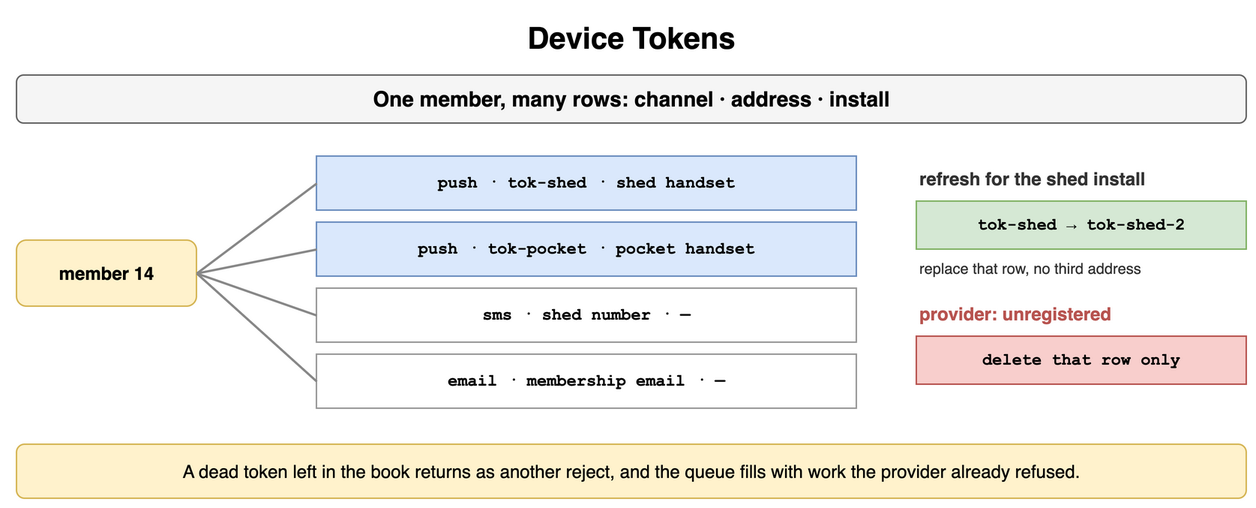
amendez13/swe-study-guide keeps this draw.io diagram as content/09_System_Design_Interview/21_Real_Time_and_Notification_Systems/diagrams/notifications-2-device-tokens.png. Above is the earlier version. Source tidied: cells renumbered, new cells last; positions are measured from the earlier drawing's top-left corner, leaving out a move shared by most shapes.
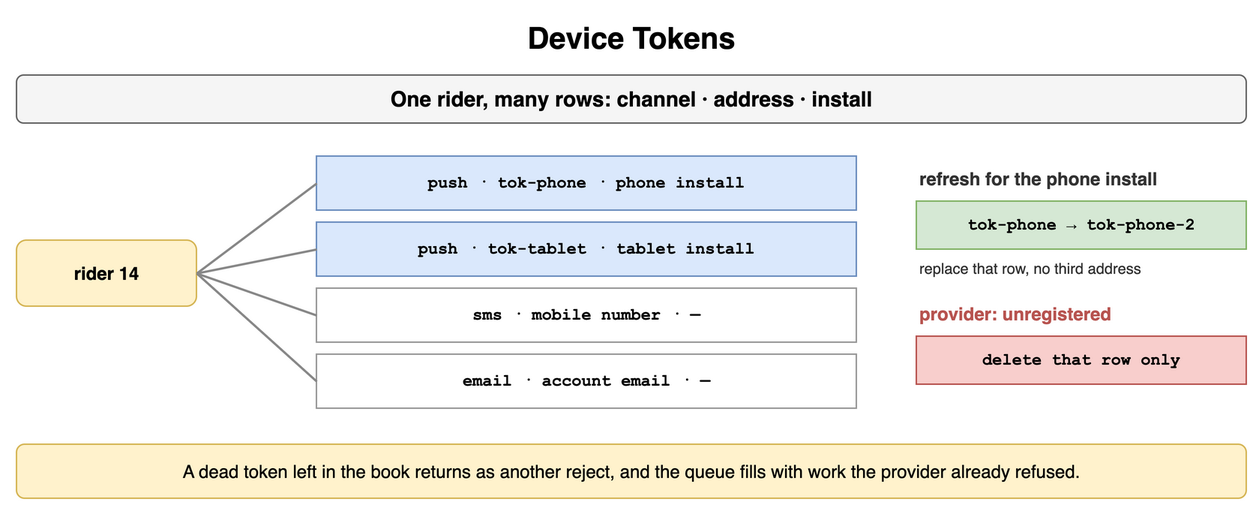
The same file after the commit.

What changed in the source:
```diff
@@ -5,13 +5,13 @@
     <mxCell id="2" value="Device Tokens" style="text;html=1;align=center;verticalAlign=middle;whiteSpace=wrap;fontSize=20;fontStyle=1;" parent="1" vertex="1">
       <mxGeometry width="820" height="30" as="geometry" />
     </mxCell>
-    <mxCell id="3" value="One member, many rows: channel · address · install" style="rounded=1;whiteSpace=wrap;html=1;fillColor=#f5f5f5;strokeColor=#666666;fontStyle=1;fontSize=14;" parent="1" vertex="1">
+    <mxCell id="3" value="One rider, many rows: channel · address · install" style="rounded=1;whiteSpace=wrap;html=1;fillColor=#f5f5f5;strokeColor=#666666;fontStyle=1;fontSize=14;" parent="1" vertex="1">
       <mxGeometry y="40" width="820" height="32" as="geometry" />
     </mxCell>
-    <mxCell id="4" value="member 14" style="rounded=1;whiteSpace=wrap;html=1;fillColor=#fff2cc;strokeColor=#d6b656;fontSize=12;align=center;fontStyle=1;" parent="1" vertex="1">
+    <mxCell id="4" value="rider 14" style="rounded=1;whiteSpace=wrap;html=1;fillColor=#fff2cc;strokeColor=#d6b656;fontSize=12;align=center;fontStyle=1;" parent="1" vertex="1">
       <mxGeometry y="150" width="120" height="44" as="geometry" />
     </mxCell>
-    <mxCell id="5" value="push · tok-shed · shed handset" style="rounded=0;whiteSpace=wrap;html=1;fontFamily=Courier New;fontStyle=1;fontSize=13;fillColor=#dae8fc;strokeColor=#6c8ebf;fontSize=11;" parent="1" vertex="1">
+    <mxCell id="5" value="push · tok-phone · phone install" style="rounded=0;whiteSpace=wrap;html=1;fontFamily=Courier New;fontStyle=1;fontSize=13;fillColor=#dae8fc;strokeColor=#6c8ebf;fontSize=11;" parent="1" vertex="1">
       <mxGeometry x="200" y="94" width="360" height="36" as="geometry" />
     </mxCell>
     <mxCell id="6" style="endArrow=none;html=1;strokeColor=#888888;strokeWidth=1.5;" parent="1" edge="1">
@@ -20,7 +20,7 @@
         <mxPoint x="200" y="112" as="targetPoint" />
       </mxGeometry>
     </mxCell>
-    <mxCell id="7" value="push · tok-pocket · pocket handset" style="rounded=0;whiteSpace=wrap;html=1;fontFamily=Courier New;fontStyle=1;fontSize=13;fillColor=#dae8fc;strokeColor=#6c8ebf;fontSize=11;" parent="1" vertex="1">
+    <mxCell id="7" value="push · tok-tablet · tablet install" style="rounded=0;whiteSpace=wrap;html=1;fontFamily=Courier New;fontStyle=1;fontSize=13;fillColor=#dae8fc;strokeColor=#6c8ebf;fontSize=11;" parent="1" vertex="1">
       <mxGeometry x="200" y="138" width="360" height="36" as="geometry" />
     </mxCell>
     <mxCell id="8" style="endArrow=none;html=1;strokeColor=#888888;strokeWidth=1.5;" parent="1" edge="1">
@@ -29,7 +29,7 @@
         <mxPoint x="200" y="156" as="targetPoint" />
       </mxGeometry>
     </mxCell>
-    <mxCell id="9" value="sms · shed number · —" style="rounded=0;whiteSpace=wrap;html=1;fontFamily=Courier New;fontStyle=1;fontSize=13;fillColor=#ffffff;strokeColor=#999999;fontSize=11;" parent="1" vertex="1">
+    <mxCell id="9" value="sms · mobile number · —" style="rounded=0;whiteSpace=wrap;html=1;fontFamily=Courier New;fontStyle=1;fontSize=13;fillColor=#ffffff;strokeColor=#999999;fontSize=11;" parent="1" vertex="1">
       <mxGeometry x="200" y="182" width="360" height="36" as="geometry" />
     </mxCell>
     <mxCell id="10" style="endArrow=none;html=1;strokeColor=#888888;strokeWidth=1.5;" parent="1" edge="1">
@@ -38,7 +38,7 @@
         <mxPoint x="200" y="200" as="targetPoint" />
       </mxGeometry>
     </mxCell>
-    <mxCell id="11" value="email · membership email · —" style="rounded=0;whiteSpace=wrap;html=1;fontFamily=Courier New;fontStyle=1;fontSize=13;fillColor=#ffffff;strokeColor=#999999;fontSize=11;" parent="1" vertex="1">
+    <mxCell id="11" value="email · account email · —" style="rounded=0;whiteSpace=wrap;html=1;fontFamily=Courier New;fontStyle=1;fontSize=13;fillColor=#ffffff;strokeColor=#999999;fontSize=11;" parent="1" vertex="1">
       <mxGeometry x="200" y="226" width="360" height="36" as="geometry" />
     </mxCell>
     <mxCell id="12" style="endArrow=none;html=1;strokeColor=#888888;strokeWidth=1.5;" parent="1" edge="1">
@@ -47,10 +47,10 @@
         <mxPoint x="200" y="244" as="targetPoint" />
       </mxGeometry>
     </mxCell>
-    <mxCell id="13" value="refresh for the shed install" style="text;html=1;whiteSpace=wrap;fontSize=11;align=left;verticalAlign=middle;fontSize=12;fontColor=#333333;fontStyle=1;" parent="1" vertex="1">
+    <mxCell id="13" value="refresh for the phone install" style="text;html=1;whiteSpace=wrap;fontSize=11;align=left;verticalAlign=middle;fontSize=12;fontColor=#333333;fontStyle=1;" parent="1" vertex="1">
       <mxGeometry x="600" y="100" width="220" height="18" as="geometry" />
     </mxCell>
-    <mxCell id="14" value="tok-shed → tok-shed-2" style="rounded=0;whiteSpace=wrap;html=1;fontFamily=Courier New;fontStyle=1;fontSize=13;fillColor=#d5e8d4;strokeColor=#82b366;fontSize=11;" parent="1" vertex="1">
+    <mxCell id="14" value="tok-phone → tok-phone-2" style="rounded=0;whiteSpace=wrap;html=1;fontFamily=Courier New;fontStyle=1;fontSize=13;fillColor=#d5e8d4;strokeColor=#82b366;fontSize=11;" parent="1" vertex="1">
       <mxGeometry x="600" y="124" width="220" height="32" as="geometry" />
     </mxCell>
     <mxCell id="15" value="replace that row, no third address" style="text;html=1;whiteSpace=wrap;fontSize=11;align=left;verticalAlign=middle;fontSize=10;fontColor=#333333;" parent="1" vertex="1">
```
